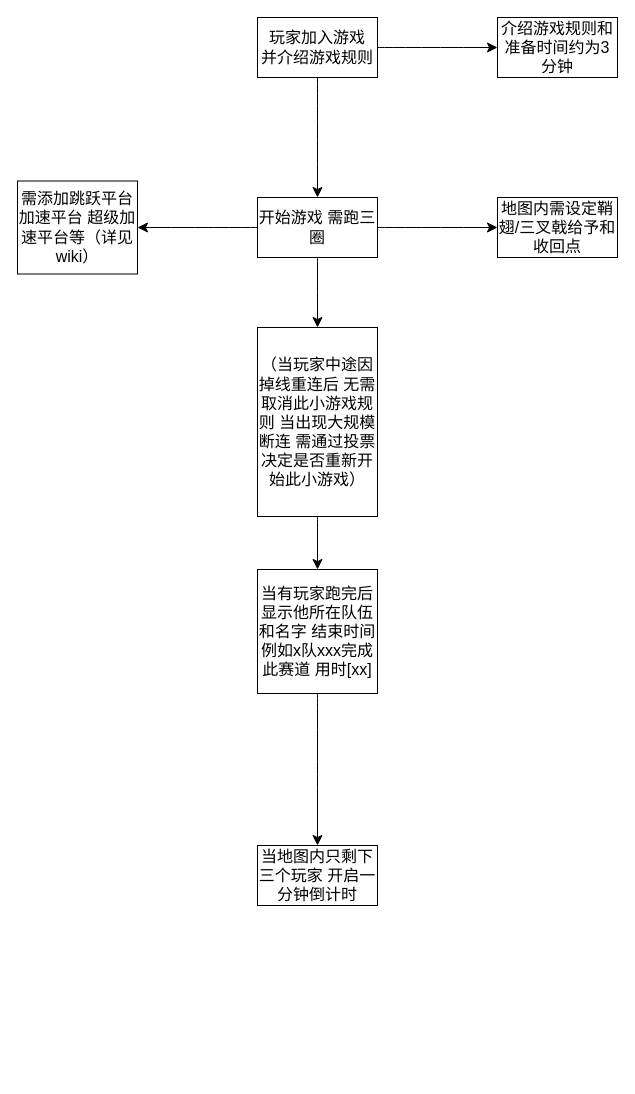
Above: 小游戏/acerace.drawio in nothing-championship/what-it-this (draw.io), before the change. Source tidied: cells renumbered, new cells numbered last; positions are measured from the earlier drawing's top-left corner, leaving out a move shared by most shapes. Both pictures are drawn from the tidied source at 100%, with x=0, y=0 at pixel (17, 17).
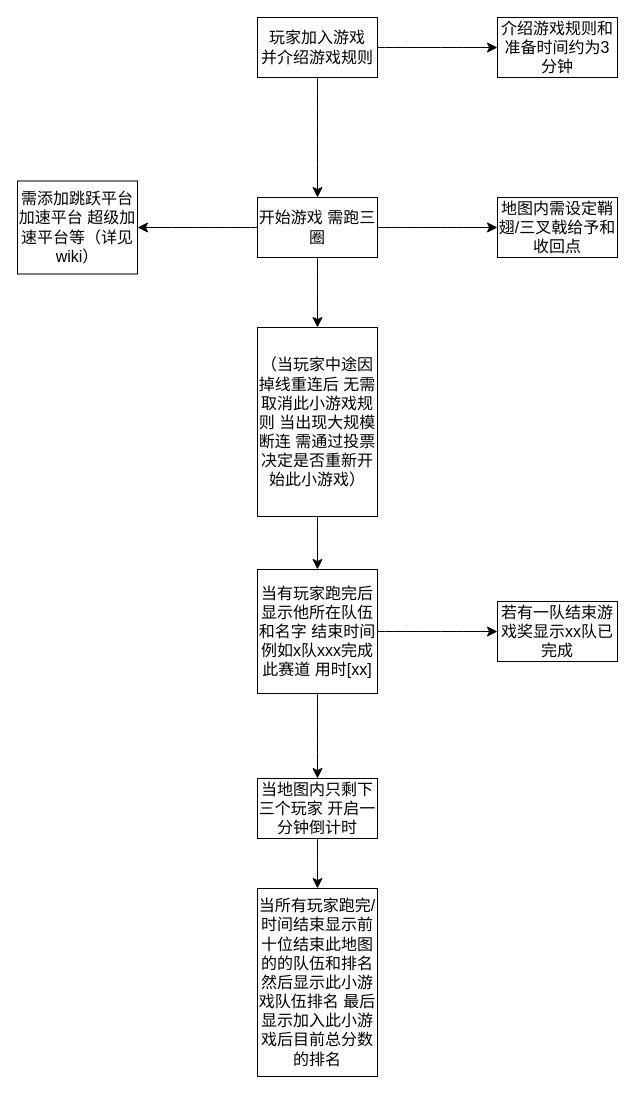
Above is the later version.

The change refers to these unchanged cells:
```xml
<mxCell id="15" value="当有玩家跑完后 显示他所在队伍和名字 结束时间&lt;br&gt;例如x队xxx完成此赛道 用时[xx]" style="whiteSpace=wrap;html=1;fontSize=16;" parent="1" vertex="1">
  <mxGeometry x="240" y="552" width="120" height="124" as="geometry" />
</mxCell>
```

The edit, as a diff of the source:
```diff
@@
+    <mxCell id="17" style="edgeStyle=none;curved=1;rounded=0;jettySize=auto;html=1;fontSize=12;startSize=8;endSize=8;" parent="1" edge="1" source="15" target="20">
+      <mxGeometry relative="1" as="geometry" />
+    </mxCell>
@@
+    <mxCell id="18" style="edgeStyle=none;curved=1;rounded=0;jettySize=auto;html=1;fontSize=12;startSize=8;endSize=8;" parent="1" edge="1" source="16" target="19">
+      <mxGeometry relative="1" as="geometry" />
+    </mxCell>
     <mxCell id="16" value="当地图内只剩下三个玩家 开启一分钟倒计时" style="whiteSpace=wrap;html=1;fontSize=16;" parent="1" vertex="1">
-      <mxGeometry x="240" y="828" width="120" height="60" as="geometry" />
+      <mxGeometry x="240" y="761" width="120" height="60" as="geometry" />
     </mxCell>
+    <mxCell id="19" value="当所有玩家跑完/时间结束显示前十位结束此地图的的队伍和排名 然后显示此小游戏队伍排名 最后显示加入此小游戏后目前总分数的排名" style="whiteSpace=wrap;html=1;fontSize=16;" parent="1" vertex="1">
+      <mxGeometry x="240" y="871" width="120" height="188" as="geometry" />
+    </mxCell>
+    <mxCell id="20" value="若有一队结束游戏奖显示xx队已完成" style="whiteSpace=wrap;html=1;fontSize=16;" parent="1" vertex="1">
+      <mxGeometry x="480" y="584" width="120" height="60" as="geometry" />
+    </mxCell>
```
